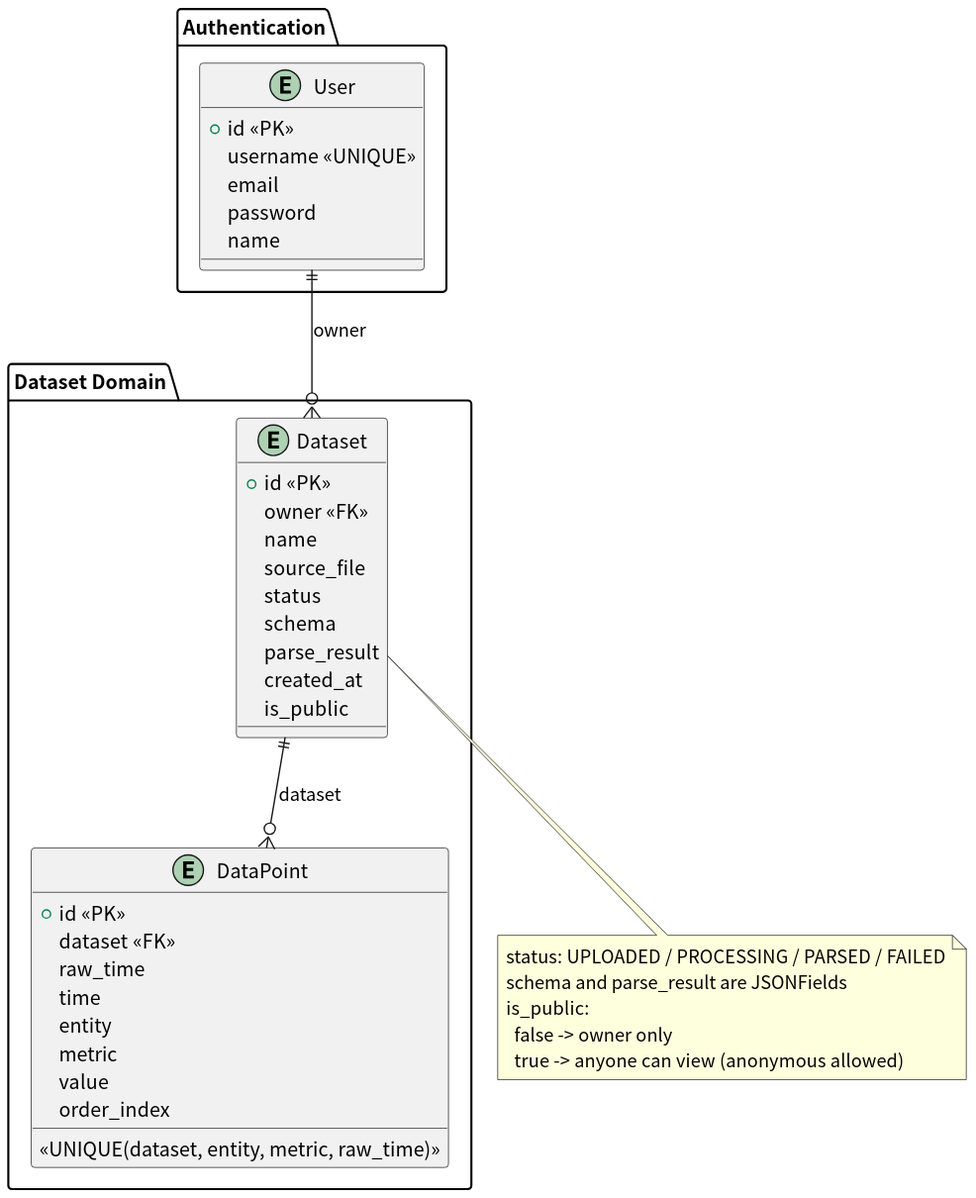
Before: docs/er/er/er.svg, a diagram exported from PlantUML (tomoki-shiozaki/vizshare).
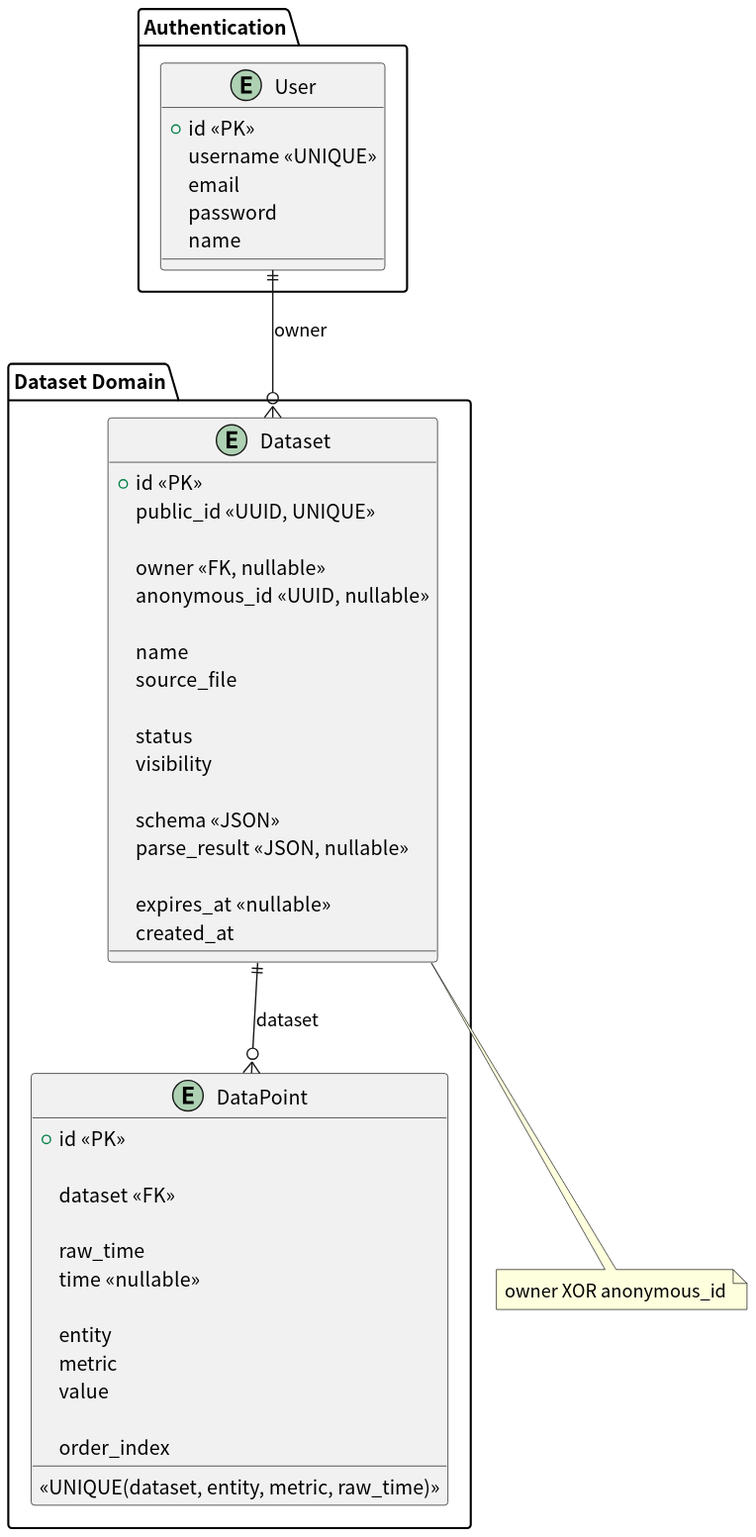
After the change.

Change to the diagram source:
```diff
@@ -2,6 +2,7 @@
 skinparam defaultFontName "Noto Sans CJK JP"
 
 package "Authentication" {
+
   entity "User" as User {
     +id <<PK>>
     username <<UNIQUE>>
@@ -9,43 +10,54 @@
     password
     name
   }
+
 }
 
 package "Dataset Domain" {
 
   entity "Dataset" as Dataset {
     +id <<PK>>
-    owner <<FK>>
+    public_id <<UUID, UNIQUE>>
+
+    owner <<FK, nullable>>
+    anonymous_id <<UUID, nullable>>
+
     name
     source_file
+
     status
-    schema
-    parse_result
+    visibility
+
+    schema <<JSON>>
+    parse_result <<JSON, nullable>>
+
+    expires_at <<nullable>>
     created_at
-    is_public
   }
 
   entity "DataPoint" as DataPoint {
     +id <<PK>>
+
     dataset <<FK>>
+
     raw_time
-    time
+    time <<nullable>>
+
     entity
     metric
     value
+
     order_index
+
     <<UNIQUE(dataset, entity, metric, raw_time)>>
   }
 
   User ||--o{ Dataset : owner
   Dataset ||--o{ DataPoint : dataset
+
 }
 
 note bottom of Dataset
-status: UPLOADED / PROCESSING / PARSED / FAILED
-schema and parse_result are JSONFields
-is_public:
-  false -> owner only
-  true  -> anyone can view (anonymous allowed)
+owner XOR anonymous_id
 end note
 @enduml
```
